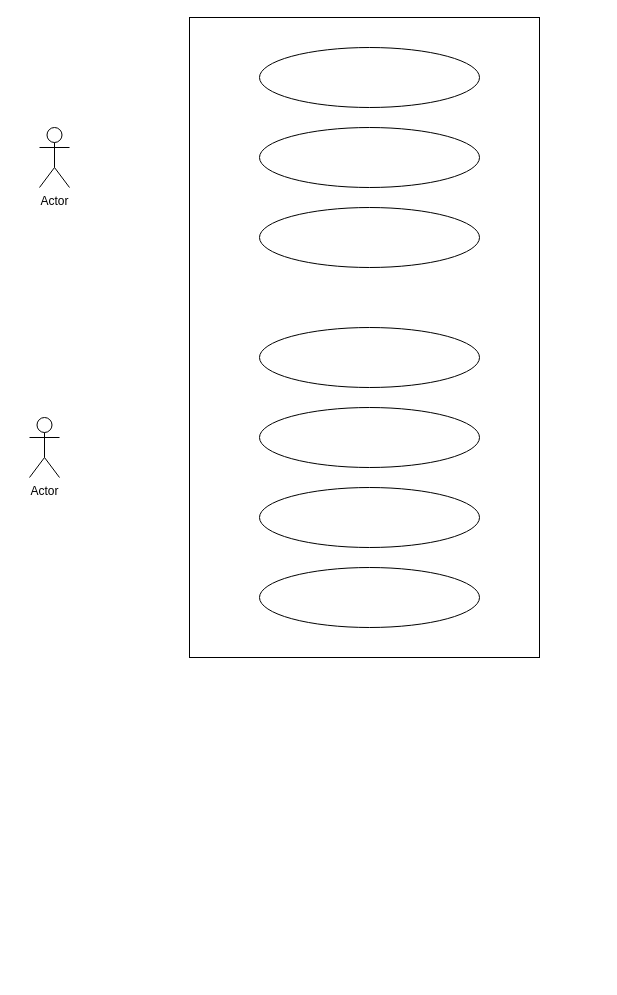
Before: page "Page-2" (2 of 2) of Sequence diagram.drawio in sumangopalani/firstrepo, a draw.io diagram. Source tidied: cells renumbered, new cells numbered last; positions are measured from the earlier drawing's top-left corner, leaving out a move shared by most shapes. Both pictures are drawn from the tidied source at 100%, with x=0, y=0 at pixel (29, 17).
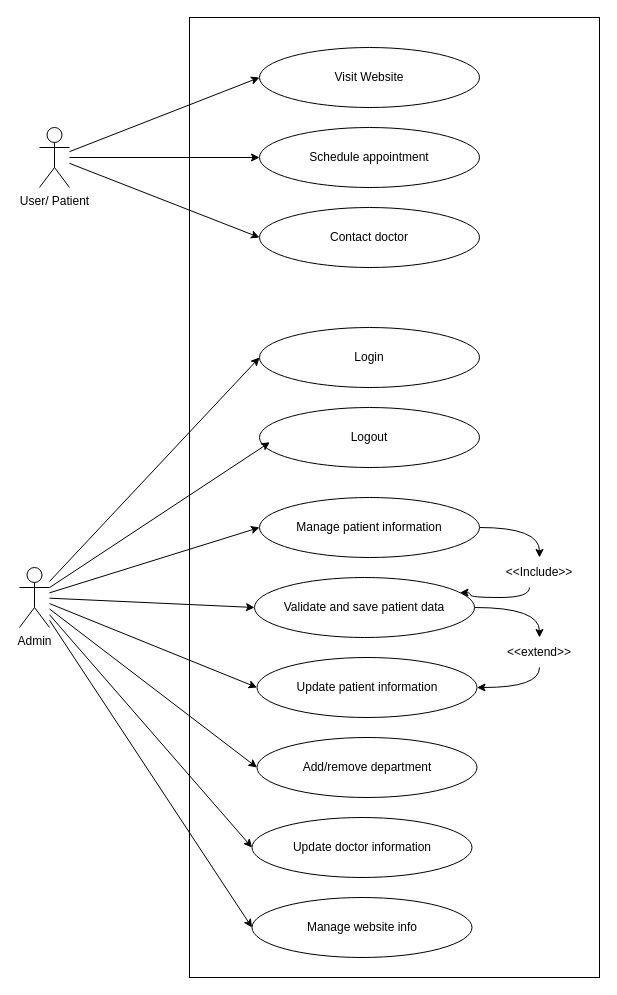
The same diagram, later.

Change to the diagram source:
```diff
@@
     <mxCell id="2" style="rounded=0;whiteSpace=wrap;html=1;" parent="1" vertex="1">
-      <mxGeometry x="160" width="350" height="640" as="geometry" />
+      <mxGeometry x="160" width="410" height="960" as="geometry" />
     </mxCell>
-    <mxCell id="3" style="ellipse;whiteSpace=wrap;html=1;" parent="1" vertex="1">
+    <mxCell id="3" value="Visit Website" style="ellipse;whiteSpace=wrap;html=1;" parent="1" vertex="1">
       <mxGeometry x="230" y="30" width="220" height="60" as="geometry" />
     </mxCell>
-    <mxCell id="4" style="ellipse;whiteSpace=wrap;html=1;" parent="1" vertex="1">
+    <mxCell id="4" value="Schedule appointment" style="ellipse;whiteSpace=wrap;html=1;" parent="1" vertex="1">
       <mxGeometry x="230" y="110" width="220" height="60" as="geometry" />
     </mxCell>
-    <mxCell id="5" style="ellipse;whiteSpace=wrap;html=1;" parent="1" vertex="1">
+    <mxCell id="5" value="Contact doctor" style="ellipse;whiteSpace=wrap;html=1;" parent="1" vertex="1">
       <mxGeometry x="230" y="190" width="220" height="60" as="geometry" />
     </mxCell>
-    <mxCell id="6" style="ellipse;whiteSpace=wrap;html=1;" parent="1" vertex="1">
+    <mxCell id="6" value="Login" style="ellipse;whiteSpace=wrap;html=1;" parent="1" vertex="1">
       <mxGeometry x="230" y="310" width="220" height="60" as="geometry" />
     </mxCell>
-    <mxCell id="7" style="ellipse;whiteSpace=wrap;html=1;" parent="1" vertex="1">
+    <mxCell id="7" value="Logout" style="ellipse;whiteSpace=wrap;html=1;" parent="1" vertex="1">
       <mxGeometry x="230" y="390" width="220" height="60" as="geometry" />
     </mxCell>
-    <mxCell id="8" style="ellipse;whiteSpace=wrap;html=1;" parent="1" vertex="1">
-      <mxGeometry x="230" y="470" width="220" height="60" as="geometry" />
+    <mxCell id="8" value="Update patient information" style="ellipse;whiteSpace=wrap;html=1;" parent="1" vertex="1">
+      <mxGeometry x="227.5" y="640" width="220" height="60" as="geometry" />
     </mxCell>
-    <mxCell id="9" style="ellipse;whiteSpace=wrap;html=1;" parent="1" vertex="1">
-      <mxGeometry x="230" y="550" width="220" height="60" as="geometry" />
+    <mxCell id="9" value="Add/remove department" style="ellipse;whiteSpace=wrap;html=1;" parent="1" vertex="1">
+      <mxGeometry x="227.5" y="720" width="220" height="60" as="geometry" />
     </mxCell>
+    <mxCell id="12" style="rounded=0;jettySize=auto;html=1;entryX=0;entryY=0.5;entryDx=0;entryDy=0;" parent="1" edge="1" source="10" target="3">
+      <mxGeometry relative="1" as="geometry" />
+    </mxCell>
+    <mxCell id="13" style="edgeStyle=orthogonalEdgeStyle;rounded=0;jettySize=auto;html=1;entryX=0;entryY=0.5;entryDx=0;entryDy=0;" parent="1" edge="1" source="10" target="4">
+      <mxGeometry relative="1" as="geometry" />
+    </mxCell>
+    <mxCell id="14" style="rounded=0;jettySize=auto;html=1;entryX=0;entryY=0.5;entryDx=0;entryDy=0;" parent="1" edge="1" source="10" target="5">
+      <mxGeometry relative="1" as="geometry" />
+    </mxCell>
-    <mxCell id="10" value="Actor" style="shape=umlActor;verticalLabelPosition=bottom;verticalAlign=top;html=1;outlineConnect=0;" parent="1" vertex="1">
+    <mxCell id="10" value="User/ Patient" style="shape=umlActor;verticalLabelPosition=bottom;verticalAlign=top;html=1;outlineConnect=0;" parent="1" vertex="1">
       <mxGeometry x="10" y="110" width="30" height="60" as="geometry" />
     </mxCell>
+    <mxCell id="15" style="rounded=0;jettySize=auto;html=1;entryX=0;entryY=0.5;entryDx=0;entryDy=0;" parent="1" edge="1" source="11" target="6">
+      <mxGeometry relative="1" as="geometry" />
+    </mxCell>
+    <mxCell id="16" style="rounded=0;jettySize=auto;html=1;entryX=0;entryY=0.5;entryDx=0;entryDy=0;" parent="1" edge="1" source="11" target="25">
+      <mxGeometry relative="1" as="geometry" />
+    </mxCell>
+    <mxCell id="17" style="rounded=0;jettySize=auto;html=1;entryX=0;entryY=0.5;entryDx=0;entryDy=0;" parent="1" edge="1" source="11" target="27">
+      <mxGeometry relative="1" as="geometry" />
+    </mxCell>
+    <mxCell id="18" style="rounded=0;jettySize=auto;html=1;entryX=0;entryY=0.5;entryDx=0;entryDy=0;" parent="1" edge="1" source="11" target="8">
+      <mxGeometry relative="1" as="geometry" />
+    </mxCell>
+    <mxCell id="19" style="rounded=0;jettySize=auto;html=1;entryX=0;entryY=0.5;entryDx=0;entryDy=0;" parent="1" edge="1" source="11" target="9">
+      <mxGeometry relative="1" as="geometry" />
+    </mxCell>
+    <mxCell id="20" style="rounded=0;jettySize=auto;html=1;entryX=0;entryY=0.5;entryDx=0;entryDy=0;" parent="1" edge="1" source="11" target="22">
+      <mxGeometry relative="1" as="geometry" />
+    </mxCell>
+    <mxCell id="21" style="rounded=0;jettySize=auto;html=1;entryX=0;entryY=0.5;entryDx=0;entryDy=0;" parent="1" edge="1" source="11" target="23">
+      <mxGeometry relative="1" as="geometry" />
+    </mxCell>
-    <mxCell id="11" value="Actor" style="shape=umlActor;verticalLabelPosition=bottom;verticalAlign=top;html=1;outlineConnect=0;" parent="1" vertex="1">
-      <mxGeometry y="400" width="30" height="60" as="geometry" />
+    <mxCell id="11" value="Admin" style="shape=umlActor;verticalLabelPosition=bottom;verticalAlign=top;html=1;outlineConnect=0;" parent="1" vertex="1">
+      <mxGeometry x="-10" y="550" width="30" height="60" as="geometry" />
     </mxCell>
+    <mxCell id="22" value="Update doctor information" style="ellipse;whiteSpace=wrap;html=1;" parent="1" vertex="1">
+      <mxGeometry x="222.5" y="800" width="220" height="60" as="geometry" />
+    </mxCell>
+    <mxCell id="23" value="Manage website info" style="ellipse;whiteSpace=wrap;html=1;" parent="1" vertex="1">
+      <mxGeometry x="222.5" y="880" width="220" height="60" as="geometry" />
+    </mxCell>
+    <mxCell id="24" style="edgeStyle=orthogonalEdgeStyle;rounded=0;jettySize=auto;html=1;entryX=0.5;entryY=0;entryDx=0;entryDy=0;curved=1;" parent="1" edge="1" source="25" target="28">
+      <mxGeometry relative="1" as="geometry" />
+    </mxCell>
+    <mxCell id="25" value="Manage patient information" style="ellipse;whiteSpace=wrap;html=1;" parent="1" vertex="1">
+      <mxGeometry x="230" y="480" width="220" height="60" as="geometry" />
+    </mxCell>
+    <mxCell id="26" style="edgeStyle=orthogonalEdgeStyle;rounded=0;jettySize=auto;html=1;entryX=0.5;entryY=0;entryDx=0;entryDy=0;curved=1;" parent="1" edge="1" source="27" target="30">
+      <mxGeometry relative="1" as="geometry" />
+    </mxCell>
+    <mxCell id="27" value="Validate and save patient data" style="ellipse;whiteSpace=wrap;html=1;" parent="1" vertex="1">
+      <mxGeometry x="225" y="560" width="220" height="60" as="geometry" />
+    </mxCell>
+    <mxCell id="28" value="&amp;lt;&amp;lt;Include&amp;gt;&amp;gt;" style="text;html=1;align=center;verticalAlign=middle;whiteSpace=wrap;rounded=0;" parent="1" vertex="1">
+      <mxGeometry x="480" y="540" width="60" height="30" as="geometry" />
+    </mxCell>
+    <mxCell id="29" style="edgeStyle=orthogonalEdgeStyle;rounded=0;jettySize=auto;html=1;exitX=0.5;exitY=1;exitDx=0;exitDy=0;curved=1;" parent="1" edge="1" source="30" target="8">
+      <mxGeometry relative="1" as="geometry" />
+    </mxCell>
+    <mxCell id="30" value="&amp;lt;&amp;lt;extend&amp;gt;&amp;gt;" style="text;html=1;align=center;verticalAlign=middle;whiteSpace=wrap;rounded=0;" parent="1" vertex="1">
+      <mxGeometry x="480" y="620" width="60" height="30" as="geometry" />
+    </mxCell>
+    <mxCell id="31" style="edgeStyle=orthogonalEdgeStyle;rounded=0;jettySize=auto;html=1;entryX=0.934;entryY=0.252;entryDx=0;entryDy=0;entryPerimeter=0;curved=1;" parent="1" edge="1" source="28" target="27">
+      <mxGeometry relative="1" as="geometry">
+        <Array as="points">
+          <mxPoint x="500" y="580" />
+          <mxPoint x="441" y="580" />
+          <mxPoint x="441" y="575" />
+        </Array>
+      </mxGeometry>
+    </mxCell>
+    <mxCell id="32" style="rounded=0;jettySize=auto;html=1;entryX=0.047;entryY=0.579;entryDx=0;entryDy=0;entryPerimeter=0;" parent="1" edge="1" source="11" target="7">
+      <mxGeometry relative="1" as="geometry" />
+    </mxCell>
```
